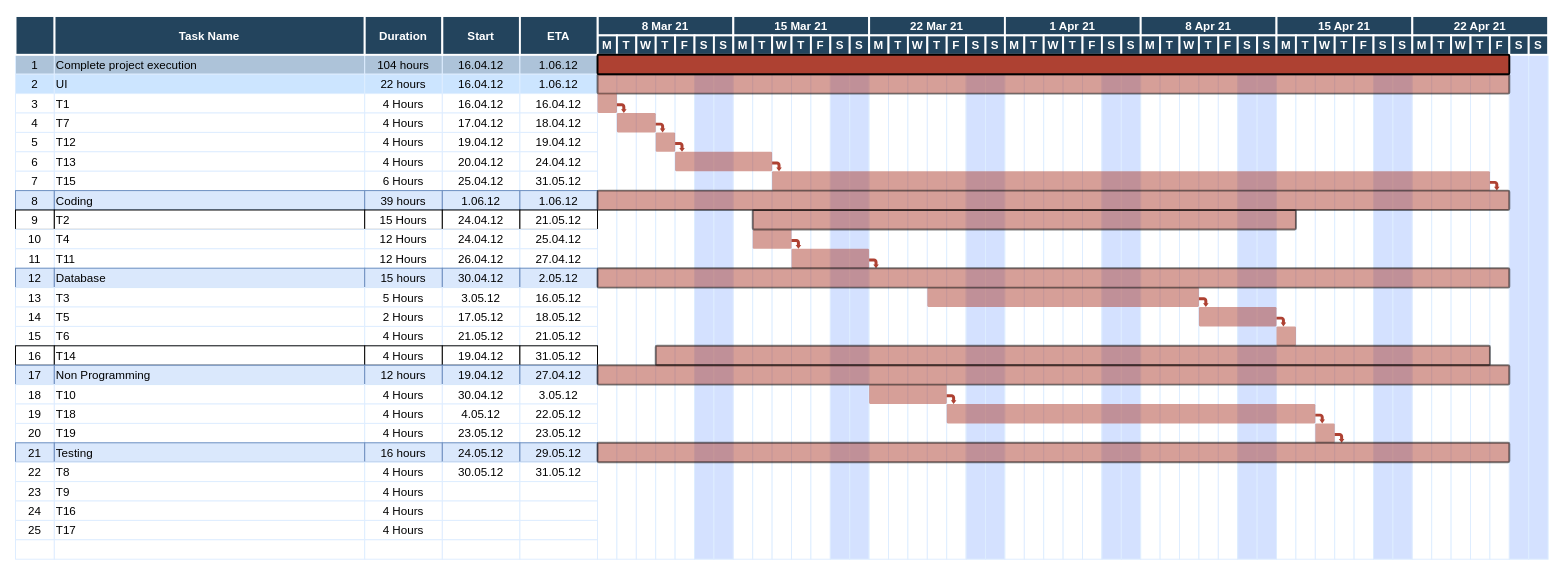
Above: GanttChart.drawio in UEAHealthTracker/HealthTracker (draw.io), before the change. Source tidied: cells renumbered, new cells numbered last; positions are measured from the earlier drawing's top-left corner, leaving out a move shared by most shapes. Both pictures are drawn from the tidied source at 97%, with x=0, y=0 at pixel (15, 16).
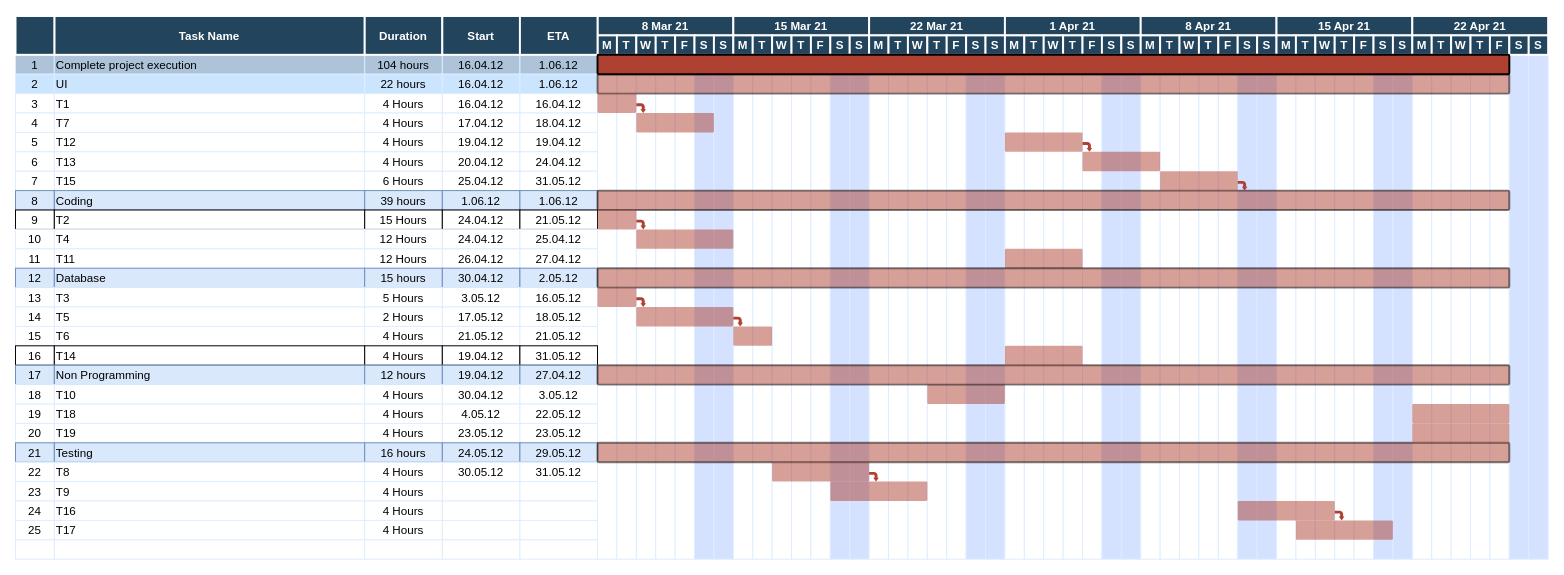
The same page after the edit.

Diff of the diagram source:
```diff
@@
-    <mxCell id="243" style="shape=mxgraph.arrows.bent_right_arrow;fillColor=#AE4132;strokeColor=none;strokeWidth=2;direction=south;" parent="1" vertex="1">
-      <mxGeometry x="620.5" y="90" width="10" height="10" as="geometry" />
-    </mxCell>
-    <mxCell id="244" style="shape=mxgraph.flowchart.process;fillColor=#AE4132;strokeColor=none;strokeWidth=2;opacity=50;" parent="1" vertex="1">
-      <mxGeometry x="600.5" y="80" width="20" height="20" as="geometry" />
-    </mxCell>
-    <mxCell id="245" style="shape=mxgraph.flowchart.process;fillColor=#AE4132;strokeColor=none;strokeWidth=2;opacity=50;" parent="1" vertex="1">
-      <mxGeometry x="620.5" y="100" width="40" height="20" as="geometry" />
-    </mxCell>
-    <mxCell id="246" style="shape=mxgraph.flowchart.process;fillColor=#AE4132;strokeColor=none;strokeWidth=2;opacity=50;" parent="1" vertex="1">
-      <mxGeometry x="660.5" y="120" width="20" height="20" as="geometry" />
-    </mxCell>
-    <mxCell id="247" style="shape=mxgraph.flowchart.process;fillColor=#AE4132;strokeColor=none;strokeWidth=2;opacity=50;" parent="1" vertex="1">
-      <mxGeometry x="780.5" y="160" width="740" height="20" as="geometry" />
-    </mxCell>
-    <mxCell id="248" style="shape=mxgraph.arrows.bent_right_arrow;fillColor=#AE4132;strokeColor=none;strokeWidth=2;direction=south;" parent="1" vertex="1">
-      <mxGeometry x="660.5" y="110" width="10" height="10" as="geometry" />
-    </mxCell>
-    <mxCell id="249" style="shape=mxgraph.arrows.bent_right_arrow;fillColor=#AE4132;strokeColor=none;strokeWidth=2;direction=south;" parent="1" vertex="1">
-      <mxGeometry x="680.5" y="130" width="10" height="10" as="geometry" />
-    </mxCell>
-    <mxCell id="250" style="shape=mxgraph.arrows.bent_right_arrow;fillColor=#AE4132;strokeColor=none;strokeWidth=2;direction=south;" parent="1" vertex="1">
-      <mxGeometry x="1520.5" y="170" width="10" height="10" as="geometry" />
-    </mxCell>
     <mxCell id="251" style="shape=mxgraph.flowchart.process;fillColor=#AE4132;strokeColor=none;strokeWidth=2;opacity=50;" parent="1" vertex="1">
-      <mxGeometry x="680.5" y="140" width="100" height="20" as="geometry" />
+      <mxGeometry x="640.5" y="220" width="100" height="20" as="geometry" />
     </mxCell>
-    <mxCell id="252" style="shape=mxgraph.arrows.bent_right_arrow;fillColor=#AE4132;strokeColor=none;strokeWidth=2;direction=south;" parent="1" vertex="1">
-      <mxGeometry x="780.5" y="150" width="10" height="10" as="geometry" />
-    </mxCell>
@@
-    <mxCell id="254" style="shape=mxgraph.flowchart.process;fillColor=#AE4132;strokeColor=none;strokeWidth=2;opacity=50;" parent="1" vertex="1">
-      <mxGeometry x="760.5" y="220" width="40" height="20" as="geometry" />
-    </mxCell>
-    <mxCell id="255" style="shape=mxgraph.flowchart.process;fillColor=#AE4132;strokeColor=#000000;strokeWidth=2;opacity=50;" parent="1" vertex="1">
-      <mxGeometry x="760.5" y="200" width="560" height="20" as="geometry" />
-    </mxCell>
     <mxCell id="256" style="shape=mxgraph.flowchart.process;fillColor=#AE4132;strokeColor=none;strokeWidth=2;opacity=50;" parent="1" vertex="1">
-      <mxGeometry x="800.5" y="240" width="80" height="20" as="geometry" />
+      <mxGeometry x="1020.5" y="240" width="80" height="20" as="geometry" />
     </mxCell>
-    <mxCell id="257" style="shape=mxgraph.flowchart.process;fillColor=#AE4132;strokeColor=none;strokeWidth=2;opacity=50;" parent="1" vertex="1">
-      <mxGeometry x="940.5" y="280" width="280" height="20" as="geometry" />
-    </mxCell>
-    <mxCell id="258" style="shape=mxgraph.flowchart.process;fillColor=#AE4132;strokeColor=none;strokeWidth=2;opacity=50;" parent="1" vertex="1">
-      <mxGeometry x="1220.5" y="300" width="80" height="20" as="geometry" />
-    </mxCell>
-    <mxCell id="259" style="shape=mxgraph.flowchart.process;fillColor=#AE4132;strokeColor=none;strokeWidth=2;opacity=50;" parent="1" vertex="1">
-      <mxGeometry x="1300.5" y="320" width="20" height="20" as="geometry" />
-    </mxCell>
     <mxCell id="260" style="shape=mxgraph.flowchart.process;fillColor=#AE4132;strokeColor=none;strokeWidth=2;opacity=50;" parent="1" vertex="1">
-      <mxGeometry x="880.5" y="380" width="80" height="20" as="geometry" />
+      <mxGeometry x="940.5" y="380" width="80" height="20" as="geometry" />
     </mxCell>
-    <mxCell id="261" style="shape=mxgraph.flowchart.process;fillColor=#AE4132;strokeColor=none;strokeWidth=2;opacity=50;" parent="1" vertex="1">
-      <mxGeometry x="960.5" y="400" width="380" height="20" as="geometry" />
-    </mxCell>
-    <mxCell id="262" style="shape=mxgraph.flowchart.process;fillColor=#AE4132;strokeColor=none;strokeWidth=2;opacity=50;" parent="1" vertex="1">
-      <mxGeometry x="1340.5" y="420" width="20" height="20" as="geometry" />
-    </mxCell>
-    <mxCell id="263" style="shape=mxgraph.flowchart.process;fillColor=#AE4132;strokeColor=#000000;strokeWidth=2;opacity=50;" parent="1" vertex="1">
-      <mxGeometry x="660.5" y="340" width="860" height="20" as="geometry" />
-    </mxCell>
-    <mxCell id="264" style="shape=mxgraph.arrows.bent_right_arrow;fillColor=#AE4132;strokeColor=none;strokeWidth=2;direction=south;" parent="1" vertex="1">
-      <mxGeometry x="800.5" y="230" width="10" height="10" as="geometry" />
-    </mxCell>
-    <mxCell id="265" style="shape=mxgraph.arrows.bent_right_arrow;fillColor=#AE4132;strokeColor=none;strokeWidth=2;direction=south;" parent="1" vertex="1">
-      <mxGeometry x="880.5" y="250" width="10" height="10" as="geometry" />
-    </mxCell>
-    <mxCell id="266" style="shape=mxgraph.arrows.bent_right_arrow;fillColor=#AE4132;strokeColor=none;strokeWidth=2;direction=south;" parent="1" vertex="1">
-      <mxGeometry x="1220.5" y="290" width="10" height="10" as="geometry" />
-    </mxCell>
-    <mxCell id="267" style="shape=mxgraph.arrows.bent_right_arrow;fillColor=#AE4132;strokeColor=none;strokeWidth=2;direction=south;" parent="1" vertex="1">
-      <mxGeometry x="1300.5" y="310" width="10" height="10" as="geometry" />
-    </mxCell>
-    <mxCell id="268" style="shape=mxgraph.arrows.bent_right_arrow;fillColor=#AE4132;strokeColor=none;strokeWidth=2;direction=south;" parent="1" vertex="1">
-      <mxGeometry x="960.5" y="390" width="10" height="10" as="geometry" />
-    </mxCell>
-    <mxCell id="269" style="shape=mxgraph.arrows.bent_right_arrow;fillColor=#AE4132;strokeColor=none;strokeWidth=2;direction=south;" parent="1" vertex="1">
-      <mxGeometry x="1340.5" y="410" width="10" height="10" as="geometry" />
-    </mxCell>
-    <mxCell id="270" style="shape=mxgraph.arrows.bent_right_arrow;fillColor=#AE4132;strokeColor=none;strokeWidth=2;direction=south;" parent="1" vertex="1">
-      <mxGeometry x="1360.5" y="430" width="10" height="10" as="geometry" />
-    </mxCell>
@@
+    <mxCell id="275" style="shape=mxgraph.flowchart.process;fillColor=#AE4132;strokeColor=none;strokeWidth=2;opacity=50;" parent="1" vertex="1">
+      <mxGeometry x="600.5" y="80" width="40" height="20" as="geometry" />
+    </mxCell>
+    <mxCell id="276" style="shape=mxgraph.flowchart.process;fillColor=#AE4132;strokeColor=none;strokeWidth=2;opacity=50;" parent="1" vertex="1">
+      <mxGeometry x="600.5" y="200" width="40" height="20" as="geometry" />
+    </mxCell>
+    <mxCell id="277" style="shape=mxgraph.flowchart.process;fillColor=#AE4132;strokeColor=none;strokeWidth=2;opacity=50;" parent="1" vertex="1">
+      <mxGeometry x="600.5" y="280" width="40" height="20" as="geometry" />
+    </mxCell>
+    <mxCell id="278" style="shape=mxgraph.arrows.bent_right_arrow;fillColor=#AE4132;strokeColor=none;strokeWidth=2;direction=south;" parent="1" vertex="1">
+      <mxGeometry x="640.5" y="210" width="10" height="10" as="geometry" />
+    </mxCell>
+    <mxCell id="279" style="shape=mxgraph.flowchart.process;fillColor=#AE4132;strokeColor=none;strokeWidth=2;opacity=50;" parent="1" vertex="1">
+      <mxGeometry x="640.5" y="300" width="100" height="20" as="geometry" />
+    </mxCell>
+    <mxCell id="280" style="shape=mxgraph.arrows.bent_right_arrow;fillColor=#AE4132;strokeColor=none;strokeWidth=2;direction=south;" parent="1" vertex="1">
+      <mxGeometry x="640.5" y="290" width="10" height="10" as="geometry" />
+    </mxCell>
+    <mxCell id="281" style="shape=mxgraph.flowchart.process;fillColor=#AE4132;strokeColor=none;strokeWidth=2;opacity=50;" parent="1" vertex="1">
+      <mxGeometry x="740.5" y="320" width="40" height="20" as="geometry" />
+    </mxCell>
+    <mxCell id="282" style="shape=mxgraph.arrows.bent_right_arrow;fillColor=#AE4132;strokeColor=none;strokeWidth=2;direction=south;" parent="1" vertex="1">
+      <mxGeometry x="740.5" y="310" width="10" height="10" as="geometry" />
+    </mxCell>
+    <mxCell id="283" style="shape=mxgraph.flowchart.process;fillColor=#AE4132;strokeColor=none;strokeWidth=2;opacity=50;" parent="1" vertex="1">
+      <mxGeometry x="640.5" y="100" width="80" height="20" as="geometry" />
+    </mxCell>
+    <mxCell id="284" style="shape=mxgraph.arrows.bent_right_arrow;fillColor=#AE4132;strokeColor=none;strokeWidth=2;direction=south;" parent="1" vertex="1">
+      <mxGeometry x="640.5" y="90" width="10" height="10" as="geometry" />
+    </mxCell>
+    <mxCell id="285" style="shape=mxgraph.flowchart.process;fillColor=#AE4132;strokeColor=none;strokeWidth=2;opacity=50;" parent="1" vertex="1">
+      <mxGeometry x="780.5" y="460" width="100" height="20" as="geometry" />
+    </mxCell>
+    <mxCell id="286" style="shape=mxgraph.flowchart.process;fillColor=#AE4132;strokeColor=none;strokeWidth=2;opacity=50;" parent="1" vertex="1">
+      <mxGeometry x="840.5" y="480" width="100" height="20" as="geometry" />
+    </mxCell>
+    <mxCell id="287" style="shape=mxgraph.arrows.bent_right_arrow;fillColor=#AE4132;strokeColor=none;strokeWidth=2;direction=south;" parent="1" vertex="1">
+      <mxGeometry x="880.5" y="470" width="10" height="10" as="geometry" />
+    </mxCell>
+    <mxCell id="288" style="shape=mxgraph.flowchart.process;fillColor=#AE4132;strokeColor=none;strokeWidth=2;opacity=50;" parent="1" vertex="1">
+      <mxGeometry x="1020.5" y="120" width="80" height="20" as="geometry" />
+    </mxCell>
+    <mxCell id="289" style="shape=mxgraph.flowchart.process;fillColor=#AE4132;strokeColor=none;strokeWidth=2;opacity=50;" parent="1" vertex="1">
+      <mxGeometry x="1100.5" y="140" width="80" height="20" as="geometry" />
+    </mxCell>
+    <mxCell id="290" style="shape=mxgraph.arrows.bent_right_arrow;fillColor=#AE4132;strokeColor=none;strokeWidth=2;direction=south;" parent="1" vertex="1">
+      <mxGeometry x="1100.5" y="130" width="10" height="10" as="geometry" />
+    </mxCell>
+    <mxCell id="291" style="shape=mxgraph.flowchart.process;fillColor=#AE4132;strokeColor=none;strokeWidth=2;opacity=50;" parent="1" vertex="1">
+      <mxGeometry x="1020.5" y="340" width="80" height="20" as="geometry" />
+    </mxCell>
+    <mxCell id="292" style="shape=mxgraph.flowchart.process;fillColor=#AE4132;strokeColor=none;strokeWidth=2;opacity=50;" parent="1" vertex="1">
+      <mxGeometry x="1180.5" y="160" width="80" height="20" as="geometry" />
+    </mxCell>
+    <mxCell id="293" style="shape=mxgraph.arrows.bent_right_arrow;fillColor=#AE4132;strokeColor=none;strokeWidth=2;direction=south;" parent="1" vertex="1">
+      <mxGeometry x="1260.5" y="170" width="10" height="10" as="geometry" />
+    </mxCell>
+    <mxCell id="294" style="shape=mxgraph.flowchart.process;fillColor=#AE4132;strokeColor=none;strokeWidth=2;opacity=50;" parent="1" vertex="1">
+      <mxGeometry x="1260.5" y="500" width="100" height="20" as="geometry" />
+    </mxCell>
+    <mxCell id="295" style="shape=mxgraph.flowchart.process;fillColor=#AE4132;strokeColor=none;strokeWidth=2;opacity=50;" parent="1" vertex="1">
+      <mxGeometry x="1320.5" y="520" width="100" height="20" as="geometry" />
+    </mxCell>
+    <mxCell id="296" style="shape=mxgraph.arrows.bent_right_arrow;fillColor=#AE4132;strokeColor=none;strokeWidth=2;direction=south;" parent="1" vertex="1">
+      <mxGeometry x="1360.5" y="510" width="10" height="10" as="geometry" />
+    </mxCell>
+    <mxCell id="297" style="shape=mxgraph.flowchart.process;fillColor=#AE4132;strokeColor=none;strokeWidth=2;opacity=50;" parent="1" vertex="1">
+      <mxGeometry x="1440.5" y="400" width="100" height="20" as="geometry" />
+    </mxCell>
+    <mxCell id="298" style="shape=mxgraph.flowchart.process;fillColor=#AE4132;strokeColor=none;strokeWidth=2;opacity=50;" parent="1" vertex="1">
+      <mxGeometry x="1440.5" y="420" width="100" height="20" as="geometry" />
+    </mxCell>
```
